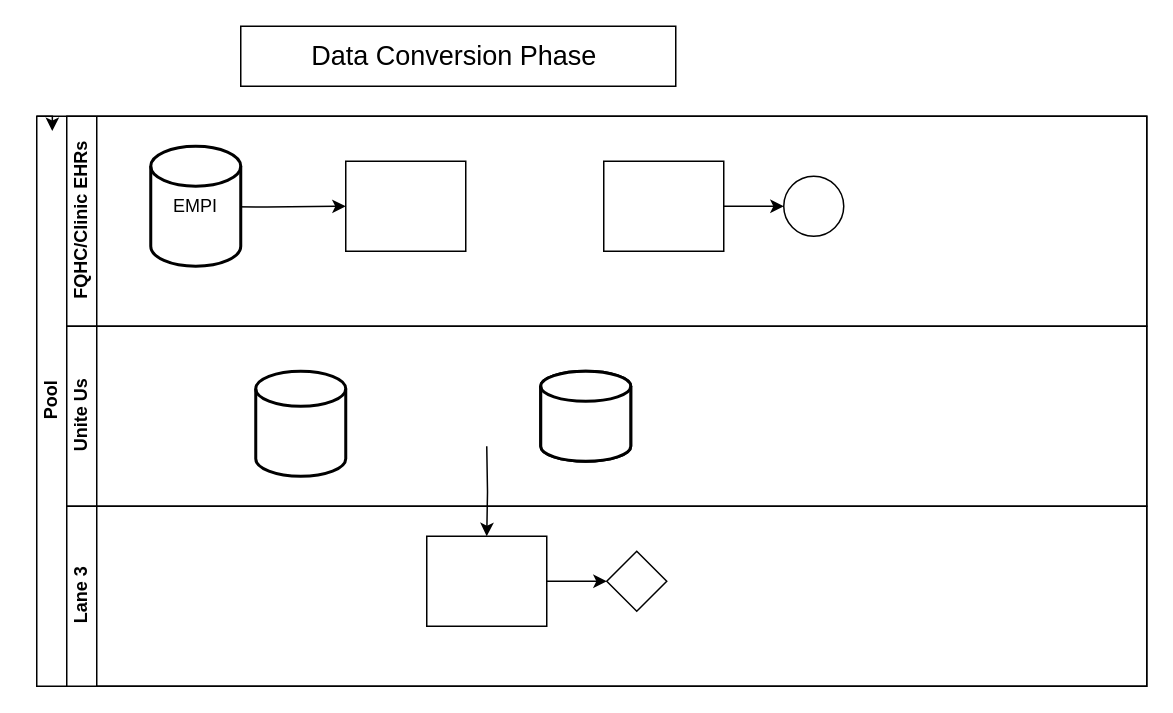
Earlier version of the draw.io diagram Untitled Diagram.drawio (4SaferVC/SaferRepo). Source tidied: cells renumbered, new cells numbered last; positions are measured from the earlier drawing's top-left corner, leaving out a move shared by most shapes. Both pictures are drawn from the tidied source at 150%, with x=0, y=0 at pixel (36, 26).
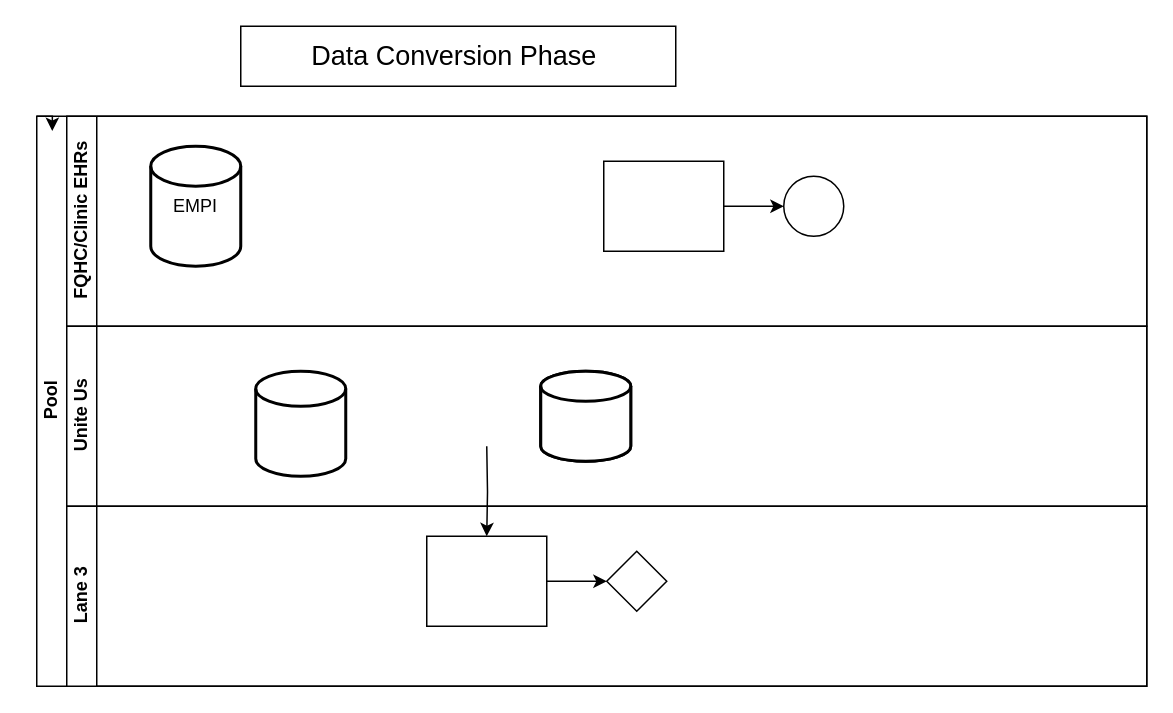
The same page after the edit.

The change refers to these unchanged cells:
```xml
<mxCell id="4" value="FQHC/Clinic EHRs" style="swimlane;html=1;startSize=20;horizontal=0;" parent="2" vertex="1">
  <mxGeometry x="20" width="720" height="140" as="geometry" />
</mxCell>
```

Diff of the diagram source:
```diff
@@
-    <mxCell id="5" style="edgeStyle=orthogonalEdgeStyle;rounded=0;jettySize=auto;html=1;" parent="4" edge="1" target="6">
-      <mxGeometry relative="1" as="geometry">
-        <mxPoint x="80" y="60" as="sourcePoint" />
-      </mxGeometry>
-    </mxCell>
-    <mxCell id="6" style="rounded=0;whiteSpace=wrap;html=1;fontFamily=Helvetica;fontSize=12;fontColor=#000000;align=center;" parent="4" vertex="1">
-      <mxGeometry x="186" y="30" width="80" height="60" as="geometry" />
-    </mxCell>
```
